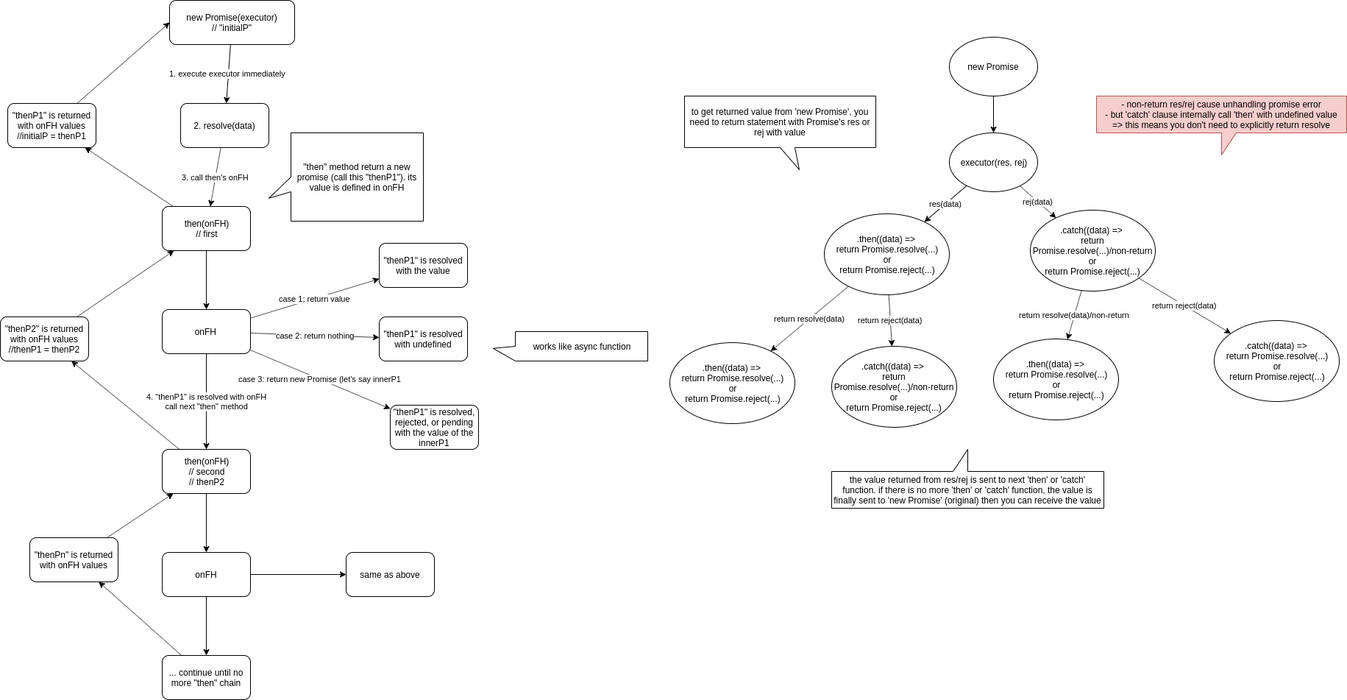
The draw.io diagram updated_promise_then_concept.png in stsiwo/promise_concept, before a commit. Source tidied: cells renumbered, new cells last; positions are measured from the earlier drawing's top-left corner, leaving out a move shared by most shapes.
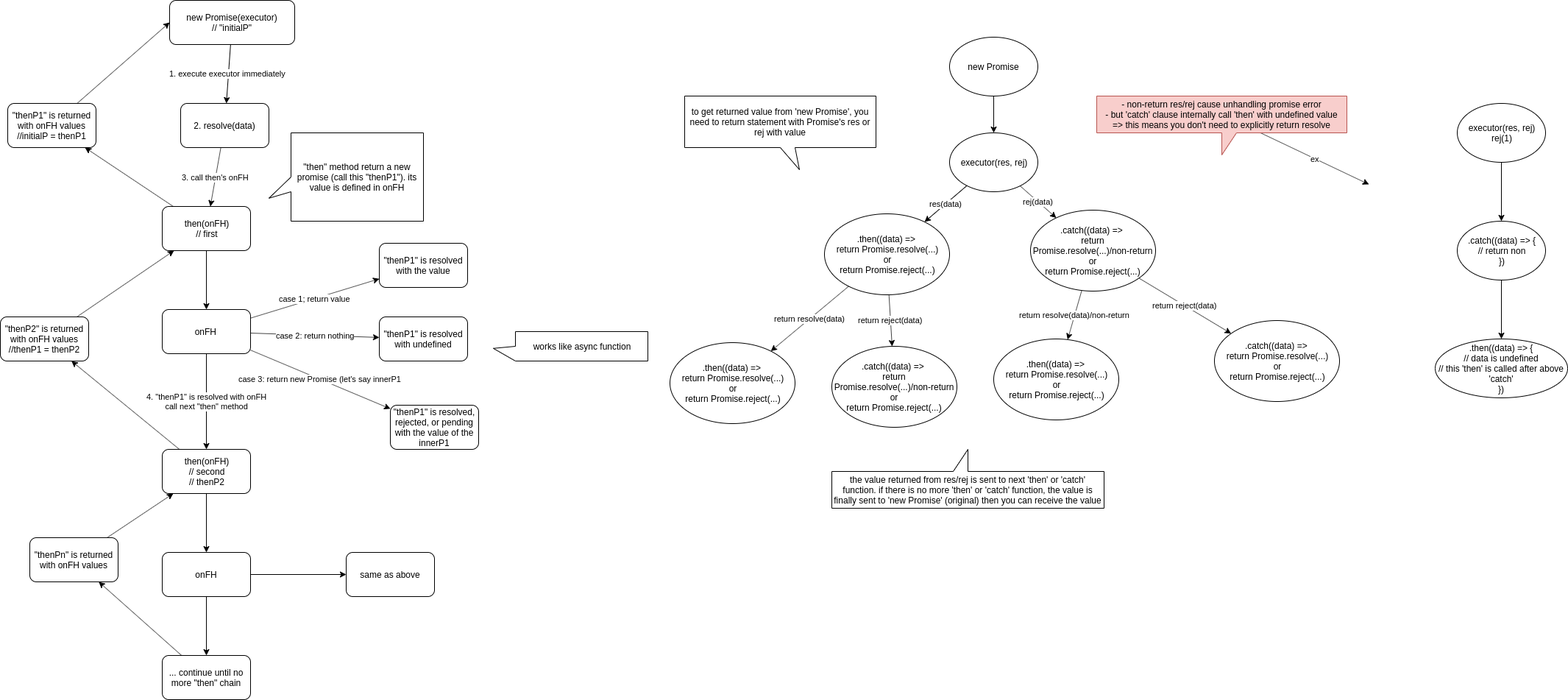
Later version of the same file.

What changed in the source:
```diff
@@ -146,11 +146,31 @@
     <mxCell id="49" value="to get returned value from 'new Promise', you need to return statement with Promise's res or rej with value" style="shape=callout;whiteSpace=wrap;html=1;perimeter=calloutPerimeter;position2=0.6;" parent="1" vertex="1">
       <mxGeometry x="930" y="130" width="260" height="100" as="geometry" />
     </mxCell>
+    <mxCell id="52" value="ex" style="rounded=0;jettySize=auto;html=1;" parent="1" edge="1" source="50">
+      <mxGeometry relative="1" as="geometry">
+        <mxPoint x="1860" y="250" as="targetPoint" />
+      </mxGeometry>
+    </mxCell>
     <mxCell id="50" value="- non-return res/rej cause unhandling promise error&lt;br&gt;- but 'catch' clause internally call 'then' with undefined value&lt;br&gt;=&amp;gt; this means you don't need to explicitly return resolve" style="shape=callout;whiteSpace=wrap;html=1;perimeter=calloutPerimeter;fillColor=#f8cecc;strokeColor=#b85450;" parent="1" vertex="1">
       <mxGeometry x="1490" y="130" width="340" height="80" as="geometry" />
     </mxCell>
     <mxCell id="51" value="the value returned from res/rej is sent to next 'then' or 'catch' function. if there is no more 'then' or 'catch' function, the value is finally sent to 'new Promise' (original) then you can receive the value" style="shape=callout;whiteSpace=wrap;html=1;perimeter=calloutPerimeter;direction=west;" parent="1" vertex="1">
       <mxGeometry x="1130" y="610" width="370" height="80" as="geometry" />
     </mxCell>
+    <mxCell id="53" style="edgeStyle=none;rounded=0;jettySize=auto;html=1;" parent="1" edge="1" source="54" target="56">
+      <mxGeometry relative="1" as="geometry" />
+    </mxCell>
+    <mxCell id="54" value="executor(res, rej)&lt;br&gt;rej(1)" style="ellipse;whiteSpace=wrap;html=1;" parent="1" vertex="1">
+      <mxGeometry x="1980" y="140" width="120" height="80" as="geometry" />
+    </mxCell>
+    <mxCell id="55" style="edgeStyle=none;rounded=0;jettySize=auto;html=1;" parent="1" edge="1" source="56" target="57">
+      <mxGeometry relative="1" as="geometry" />
+    </mxCell>
+    <mxCell id="56" value=".catch((data) =&amp;gt; {&lt;br&gt;// return non&lt;br&gt;})" style="ellipse;whiteSpace=wrap;html=1;" parent="1" vertex="1">
+      <mxGeometry x="1980" y="300" width="120" height="80" as="geometry" />
+    </mxCell>
+    <mxCell id="57" value=".then((data) =&amp;gt; {&lt;br&gt;// data is undefined&lt;br&gt;// this 'then' is called after above 'catch'&lt;br&gt;})" style="ellipse;whiteSpace=wrap;html=1;" parent="1" vertex="1">
+      <mxGeometry x="1950" y="460" width="180" height="80" as="geometry" />
+    </mxCell>
   </root>
 </mxGraphModel>
```
